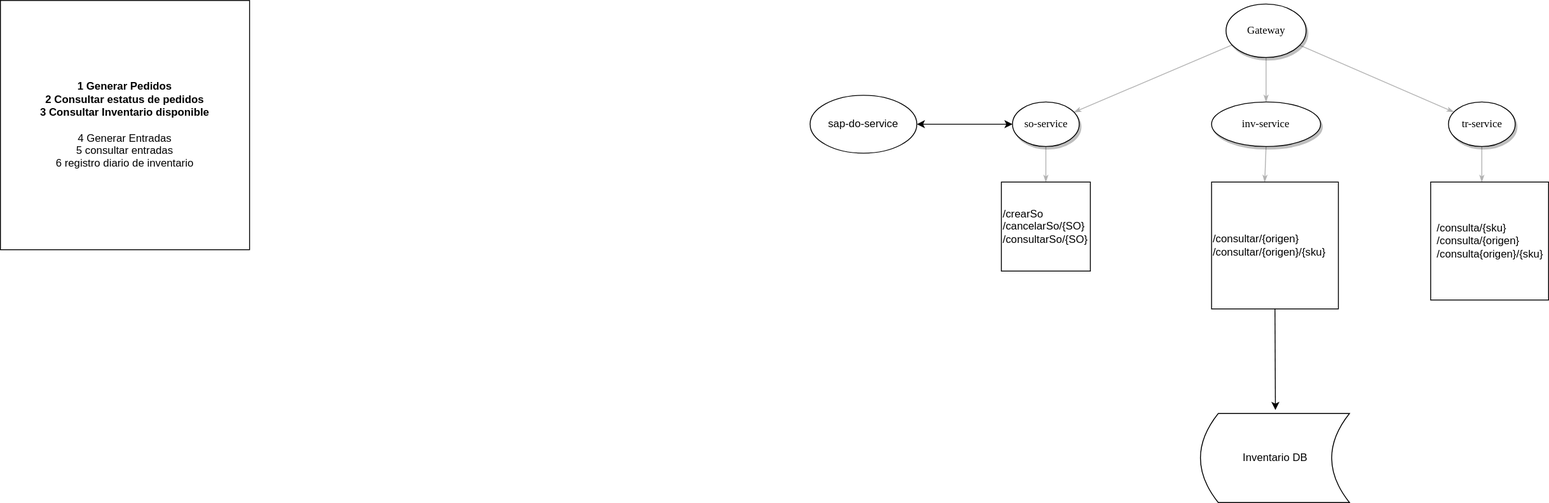
Above: Untitled Diagram.svg in erick12357/pruebaRest (draw.io), before the change. Source tidied: cells renumbered, new cells last; positions are measured from the earlier drawing's top-left corner, leaving out a move shared by most shapes.
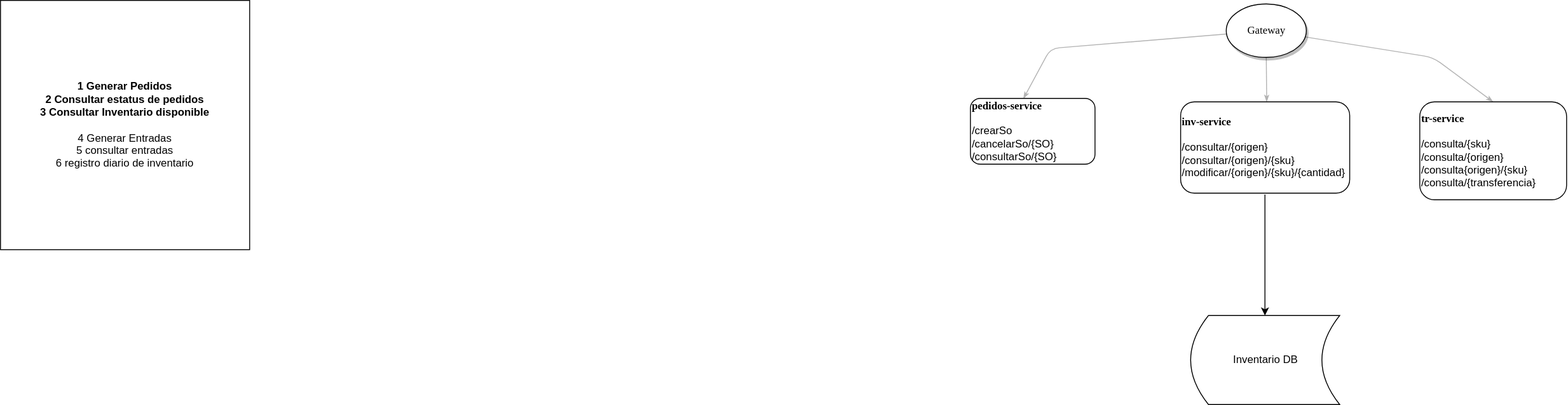
After the commit.

Diff of the diagram source:
```diff
@@ -2,67 +2,48 @@
   <root>
     <mxCell id="0" />
     <mxCell id="1" parent="0" />
-    <mxCell id="2" style="edgeStyle=none;rounded=1;html=1;labelBackgroundColor=none;startArrow=none;startFill=0;startSize=5;endArrow=classicThin;endFill=1;endSize=5;jettySize=auto;strokeColor=#B3B3B3;strokeWidth=1;fontFamily=Verdana;fontSize=12;" parent="1" edge="1" source="5" target="7">
-      <mxGeometry relative="1" as="geometry" />
+    <mxCell id="2" style="edgeStyle=none;rounded=1;html=1;labelBackgroundColor=none;startArrow=none;startFill=0;startSize=5;endArrow=classicThin;endFill=1;endSize=5;jettySize=auto;strokeColor=#B3B3B3;strokeWidth=1;fontFamily=Verdana;fontSize=12;" parent="1" edge="1" source="5">
+      <mxGeometry relative="1" as="geometry">
+        <mxPoint x="1423" y="114" as="targetPoint" />
+      </mxGeometry>
     </mxCell>
-    <mxCell id="3" style="edgeStyle=none;rounded=1;html=1;labelBackgroundColor=none;startArrow=none;startFill=0;startSize=5;endArrow=classicThin;endFill=1;endSize=5;jettySize=auto;strokeColor=#B3B3B3;strokeWidth=1;fontFamily=Verdana;fontSize=12;" parent="1" edge="1" source="5" target="11">
-      <mxGeometry relative="1" as="geometry" />
+    <mxCell id="3" style="edgeStyle=none;rounded=1;html=1;labelBackgroundColor=none;startArrow=none;startFill=0;startSize=5;endArrow=classicThin;endFill=1;endSize=5;jettySize=auto;strokeColor=#B3B3B3;strokeWidth=1;fontFamily=Verdana;fontSize=12;entryX=0.425;entryY=0.006;entryDx=0;entryDy=0;entryPerimeter=0;" parent="1" edge="1" source="5" target="22">
+      <mxGeometry relative="1" as="geometry">
+        <Array as="points">
+          <mxPoint x="1180" y="54" />
+        </Array>
+      </mxGeometry>
     </mxCell>
-    <mxCell id="4" style="edgeStyle=none;rounded=1;html=1;labelBackgroundColor=none;startArrow=none;startFill=0;startSize=5;endArrow=classicThin;endFill=1;endSize=5;jettySize=auto;strokeColor=#B3B3B3;strokeWidth=1;fontFamily=Verdana;fontSize=12;" parent="1" edge="1" source="5" target="9">
-      <mxGeometry relative="1" as="geometry" />
+    <mxCell id="4" style="edgeStyle=none;rounded=1;html=1;labelBackgroundColor=none;startArrow=none;startFill=0;startSize=5;endArrow=classicThin;endFill=1;endSize=5;jettySize=auto;strokeColor=#B3B3B3;strokeWidth=1;fontFamily=Verdana;fontSize=12;entryX=0.5;entryY=0;entryDx=0;entryDy=0;" parent="1" edge="1" source="5" target="21">
+      <mxGeometry relative="1" as="geometry">
+        <Array as="points">
+          <mxPoint x="1610" y="64" />
+        </Array>
+      </mxGeometry>
     </mxCell>
     <mxCell id="5" value="Gateway" style="ellipse;whiteSpace=wrap;html=1;rounded=0;shadow=1;comic=0;labelBackgroundColor=none;strokeWidth=1;fontFamily=Verdana;fontSize=12;align=center;" parent="1" vertex="1">
       <mxGeometry x="1377.5" y="4" width="90" height="60" as="geometry" />
     </mxCell>
-    <mxCell id="6" style="edgeStyle=none;rounded=1;html=1;labelBackgroundColor=none;startArrow=none;startFill=0;startSize=5;endArrow=classicThin;endFill=1;endSize=5;jettySize=auto;strokeColor=#B3B3B3;strokeWidth=1;fontFamily=Verdana;fontSize=12;" parent="1" edge="1" source="7">
-      <mxGeometry relative="1" as="geometry">
-        <mxPoint x="1421" y="204" as="targetPoint" />
-      </mxGeometry>
-    </mxCell>
-    <mxCell id="7" value="&lt;span&gt;inv-service&lt;br&gt;&lt;/span&gt;" style="ellipse;whiteSpace=wrap;html=1;rounded=0;shadow=1;comic=0;labelBackgroundColor=none;strokeWidth=1;fontFamily=Verdana;fontSize=12;align=center;" parent="1" vertex="1">
-      <mxGeometry x="1361.2" y="114" width="122.5" height="50" as="geometry" />
-    </mxCell>
-    <mxCell id="8" style="edgeStyle=none;rounded=1;html=1;labelBackgroundColor=none;startArrow=none;startFill=0;startSize=5;endArrow=classicThin;endFill=1;endSize=5;jettySize=auto;strokeColor=#B3B3B3;strokeWidth=1;fontFamily=Verdana;fontSize=12;" parent="1" edge="1" source="9">
-      <mxGeometry relative="1" as="geometry">
-        <mxPoint x="1665" y="204" as="targetPoint" />
-      </mxGeometry>
-    </mxCell>
-    <mxCell id="9" value="tr-service" style="ellipse;whiteSpace=wrap;html=1;rounded=0;shadow=1;comic=0;labelBackgroundColor=none;strokeWidth=1;fontFamily=Verdana;fontSize=12;align=center;" parent="1" vertex="1">
-      <mxGeometry x="1627.5" y="114" width="75" height="50" as="geometry" />
-    </mxCell>
-    <mxCell id="10" style="edgeStyle=none;rounded=1;html=1;labelBackgroundColor=none;startArrow=none;startFill=0;startSize=5;endArrow=classicThin;endFill=1;endSize=5;jettySize=auto;strokeColor=#B3B3B3;strokeWidth=1;fontFamily=Verdana;fontSize=12;" parent="1" edge="1" source="11">
-      <mxGeometry relative="1" as="geometry">
-        <mxPoint x="1175" y="204" as="targetPoint" />
-      </mxGeometry>
-    </mxCell>
-    <mxCell id="11" value="so-service" style="ellipse;whiteSpace=wrap;html=1;rounded=0;shadow=1;comic=0;labelBackgroundColor=none;strokeWidth=1;fontFamily=Verdana;fontSize=12;align=center;" parent="1" vertex="1">
-      <mxGeometry x="1137.5" y="114" width="75" height="50" as="geometry" />
-    </mxCell>
-    <mxCell id="12" value="/crearSo&lt;br&gt;/cancelarSo/{SO}&lt;br&gt;/consultarSo/{SO}" style="whiteSpace=wrap;html=1;align=left;" parent="1" vertex="1">
-      <mxGeometry x="1125" y="204" width="100" height="100" as="geometry" />
-    </mxCell>
-    <mxCell id="13" value="/consultar/{origen}&lt;br&gt;/consultar/{origen}/{sku}" style="whiteSpace=wrap;html=1;align=left;" parent="1" vertex="1">
-      <mxGeometry x="1361.2" y="204" width="142.5" height="142.5" as="geometry" />
-    </mxCell>
-    <mxCell id="14" value="sap-do-service" style="ellipse;whiteSpace=wrap;html=1;" parent="1" vertex="1">
-      <mxGeometry x="910" y="106.5" width="120" height="65" as="geometry" />
-    </mxCell>
-    <mxCell id="15" value="&lt;div style=&quot;text-align: left&quot;&gt;&lt;span&gt;/consulta/{sku}&lt;/span&gt;&lt;/div&gt;&lt;div style=&quot;text-align: left&quot;&gt;&lt;span&gt;/consulta/{origen}&lt;/span&gt;&lt;/div&gt;&lt;div style=&quot;text-align: left&quot;&gt;&lt;span&gt;/consulta{origen}/{sku}&lt;/span&gt;&lt;/div&gt;" style="whiteSpace=wrap;html=1;" parent="1" vertex="1">
-      <mxGeometry x="1607.5" y="204" width="132.5" height="132.5" as="geometry" />
-    </mxCell>
-    <mxCell id="16" style="endArrow=classic;startArrow=classic;html=1;entryX=0;entryY=0.5;entryDx=0;entryDy=0;exitX=1;exitY=0.5;exitDx=0;exitDy=0;" parent="1" edge="1" source="14" target="11">
-      <mxGeometry relative="1" as="geometry" />
-    </mxCell>
     <mxCell id="17" value="Inventario DB" style="shape=dataStorage;whiteSpace=wrap;html=1;fixedSize=1;" parent="1" vertex="1">
-      <mxGeometry x="1348.8" y="464" width="167.5" height="100" as="geometry" />
+      <mxGeometry x="1337.5" y="354" width="167.5" height="100" as="geometry" />
     </mxCell>
     <mxCell id="18" value="&lt;b&gt;1 Generar Pedidos&lt;br&gt;2 Consultar estatus de pedidos&lt;br&gt;3 Consultar Inventario disponible&lt;br&gt;&lt;/b&gt;&lt;br&gt;4 Generar Entradas&lt;br&gt;5 consultar entradas&lt;br&gt;6 registro diario de inventario" style="whiteSpace=wrap;html=1;" parent="1" vertex="1">
       <mxGeometry width="280" height="280" as="geometry" />
     </mxCell>
-    <mxCell id="19" style="endArrow=classic;html=1;exitX=0.5;exitY=1;exitDx=0;exitDy=0;" parent="1" edge="1" source="13">
+    <mxCell id="19" style="endArrow=classic;html=1;fontStyle=1;" parent="1" edge="1">
       <mxGeometry relative="1" as="geometry">
-        <mxPoint x="1433" y="460" as="targetPoint" />
+        <mxPoint x="1421" y="218" as="sourcePoint" />
+        <mxPoint x="1421" y="354" as="targetPoint" />
       </mxGeometry>
     </mxCell>
+    <mxCell id="20" value="&lt;span style=&quot;font-family: &amp;#34;verdana&amp;#34; ; text-align: center&quot;&gt;&lt;b&gt;inv-service&lt;/b&gt;&lt;br&gt;&lt;/span&gt;&lt;span&gt;&lt;br&gt;/consultar/{origen}&lt;/span&gt;&lt;br&gt;&lt;span&gt;/consultar/{origen}/{sku}&lt;/span&gt;&lt;br&gt;&lt;span&gt;/modificar/{origen}/{sku}/{cantidad}&lt;/span&gt;" style="rounded=1;whiteSpace=wrap;html=1;align=left;" parent="1" vertex="1">
+      <mxGeometry x="1326.2" y="114" width="190" height="102.5" as="geometry" />
+    </mxCell>
+    <mxCell id="21" value="&lt;div&gt;&lt;span style=&quot;font-family: &amp;#34;verdana&amp;#34; ; text-align: center&quot;&gt;&lt;b&gt;tr-service&lt;/b&gt;&lt;/span&gt;&lt;br&gt;&lt;/div&gt;&lt;div&gt;&lt;span style=&quot;font-family: &amp;#34;verdana&amp;#34; ; text-align: center&quot;&gt;&lt;br&gt;&lt;/span&gt;&lt;/div&gt;&lt;div&gt;&lt;span&gt;/consulta/{sku}&lt;/span&gt;&lt;br&gt;&lt;/div&gt;&lt;div&gt;/consulta/{origen}&lt;/div&gt;&lt;div&gt;/consulta{origen}/{sku}&lt;/div&gt;&lt;div&gt;/consulta/{transferencia}&lt;/div&gt;" style="rounded=1;whiteSpace=wrap;html=1;align=left;" parent="1" vertex="1">
+      <mxGeometry x="1595" y="114" width="165" height="110" as="geometry" />
+    </mxCell>
+    <mxCell id="22" value="&lt;span style=&quot;font-family: &amp;#34;verdana&amp;#34; ; text-align: center&quot;&gt;&lt;b&gt;pedidos-service&lt;/b&gt;&lt;/span&gt;&lt;span&gt;&lt;b&gt;&lt;br&gt;&lt;/b&gt;&lt;br&gt;/crearSo&lt;/span&gt;&lt;br&gt;&lt;span&gt;/cancelarSo/{SO}&lt;/span&gt;&lt;br&gt;&lt;span&gt;/consultarSo/{SO}&lt;/span&gt;" style="rounded=1;whiteSpace=wrap;html=1;align=left;" parent="1" vertex="1">
+      <mxGeometry x="1090" y="110" width="140" height="74" as="geometry" />
+    </mxCell>
   </root>
 </mxGraphModel>
```
